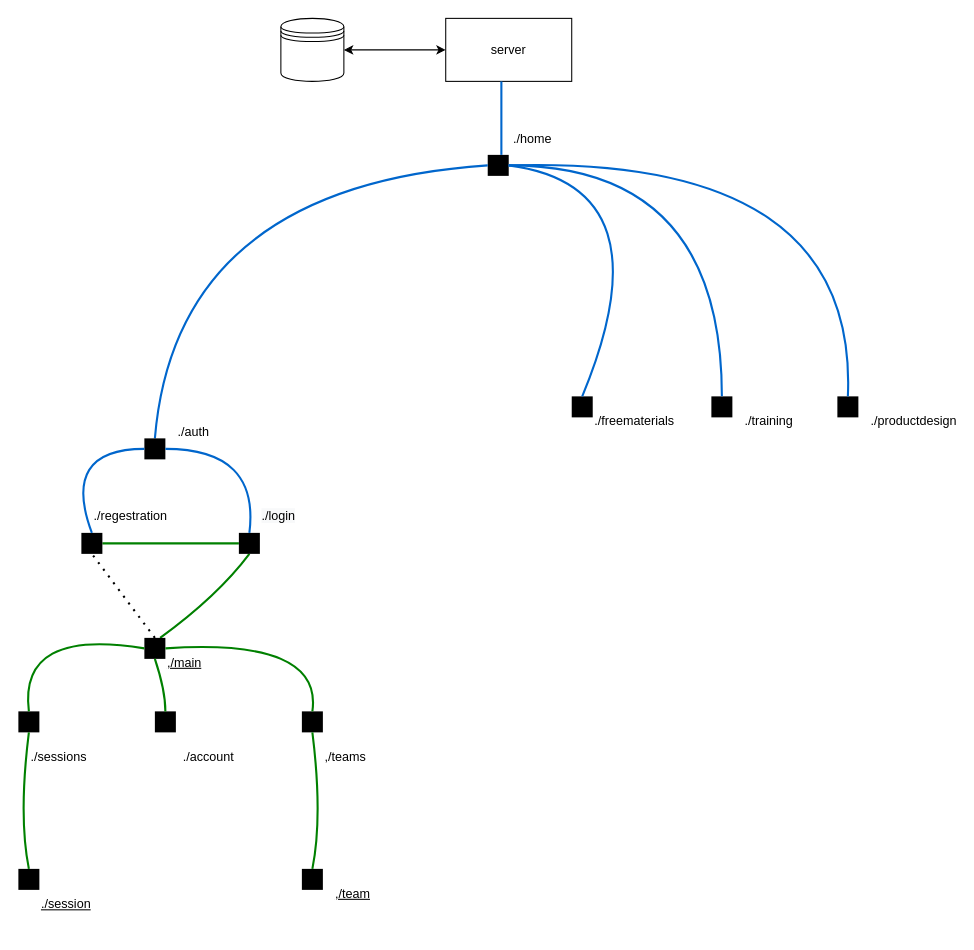
holodnii/holodnii keeps this draw.io diagram as PageTree.drawio. Above is the earlier version. Source tidied: cells renumbered, new cells numbered last; positions are measured from the earlier drawing's top-left corner, leaving out a move shared by most shapes. Both pictures are drawn from the tidied source at 105%, with x=0, y=0 at pixel (18, 18).
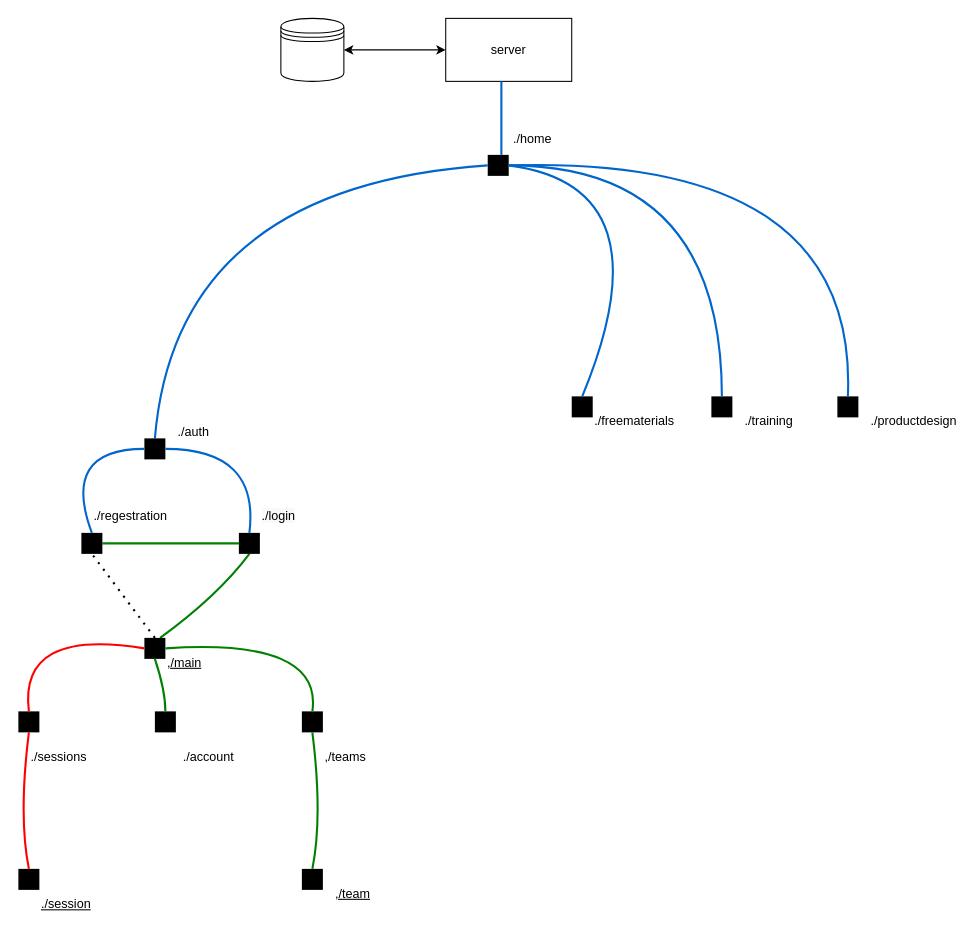
The same page after the edit.

The change refers to these unchanged cells:
```xml
<mxCell id="22" style="whiteSpace=wrap;html=1;rounded=0;shadow=0;strokeWidth=1;fillColor=#000000;fontSize=24;align=right;strokeColor=none;" parent="1" vertex="1">
  <mxGeometry y="660" width="20" height="20" as="geometry" />
</mxCell>
<mxCell id="31" style="whiteSpace=wrap;html=1;rounded=0;shadow=0;strokeWidth=1;fillColor=#000000;fontSize=24;align=right;strokeColor=none;" parent="1" vertex="1">
  <mxGeometry y="810" width="20" height="20" as="geometry" />
</mxCell>
```

Change to the diagram source:
```diff
@@
-    <mxCell id="28" style="edgeStyle=none;curved=1;html=1;endArrow=none;endFill=0;strokeColor=green;strokeWidth=2;fontSize=24;exitX=0.5;exitY=0;exitDx=0;exitDy=0;fillColor=#B9E0A5;" parent="1" edge="1" source="22">
+    <mxCell id="28" style="edgeStyle=none;curved=1;html=1;endArrow=none;endFill=0;strokeColor=red;strokeWidth=2;fontSize=24;exitX=0.5;exitY=0;exitDx=0;exitDy=0;fillColor=#B9E0A5;" parent="1" edge="1" source="22">
       <mxGeometry relative="1" as="geometry">
         <mxPoint x="120" y="600" as="targetPoint" />
         <Array as="points">
           <mxPoint y="580" />
         </Array>
       </mxGeometry>
     </mxCell>
@@
-    <mxCell id="32" style="edgeStyle=none;curved=1;html=1;endArrow=none;endFill=0;strokeColor=green;strokeWidth=2;fontSize=24;exitX=0.5;exitY=0;exitDx=0;exitDy=0;fillColor=#B9E0A5;entryX=0.5;entryY=1;entryDx=0;entryDy=0;" parent="1" edge="1" source="31" target="22">
+    <mxCell id="32" style="edgeStyle=none;curved=1;html=1;endArrow=none;endFill=0;strokeColor=red;strokeWidth=2;fontSize=24;exitX=0.5;exitY=0;exitDx=0;exitDy=0;fillColor=#B9E0A5;entryX=0.5;entryY=1;entryDx=0;entryDy=0;" parent="1" edge="1" source="31" target="22">
       <mxGeometry relative="1" as="geometry">
         <Array as="points">
           <mxPoint y="760" />
         </Array>
       </mxGeometry>
     </mxCell>
```
